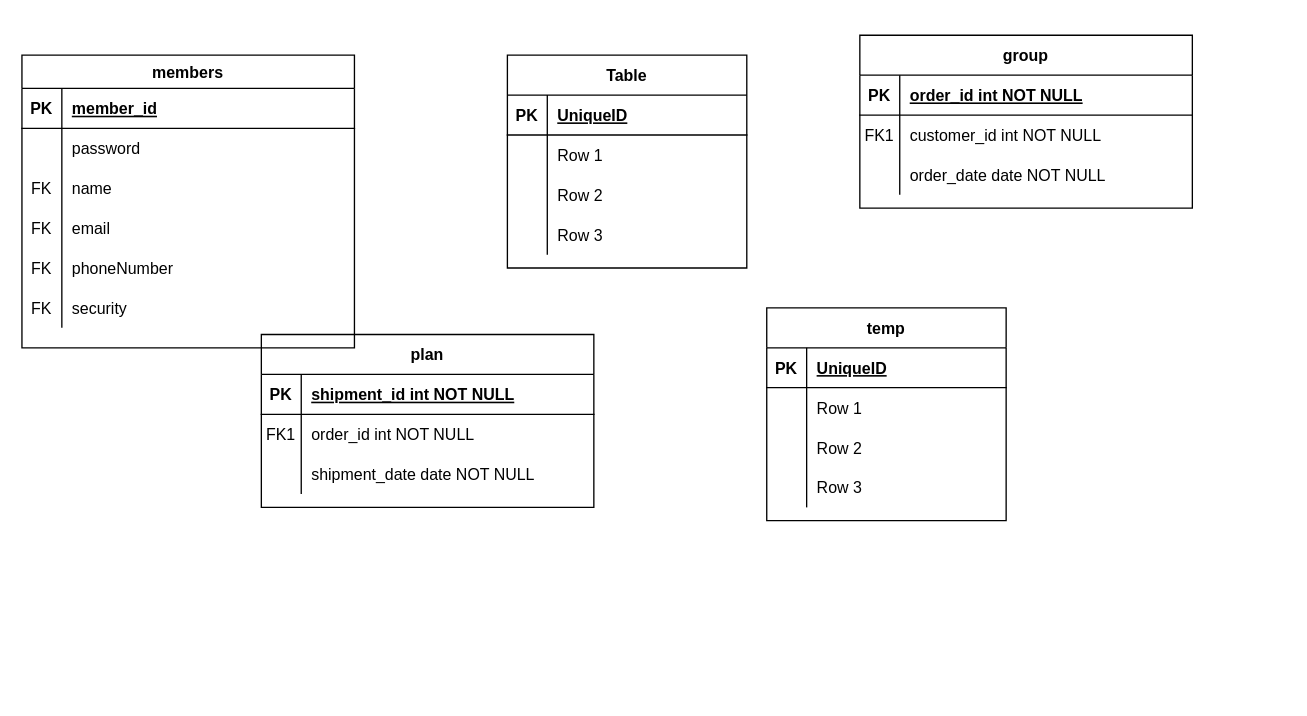
The draw.io diagram Untitled Diagram.drawio in e-juhee/makeaplanWeb, before the edit. Source tidied: cells renumbered, new cells numbered last; positions are measured from the earlier drawing's top-left corner, leaving out a move shared by most shapes. Both pictures are drawn from the tidied source at 133%, with x=0, y=0 at pixel (21, 35).
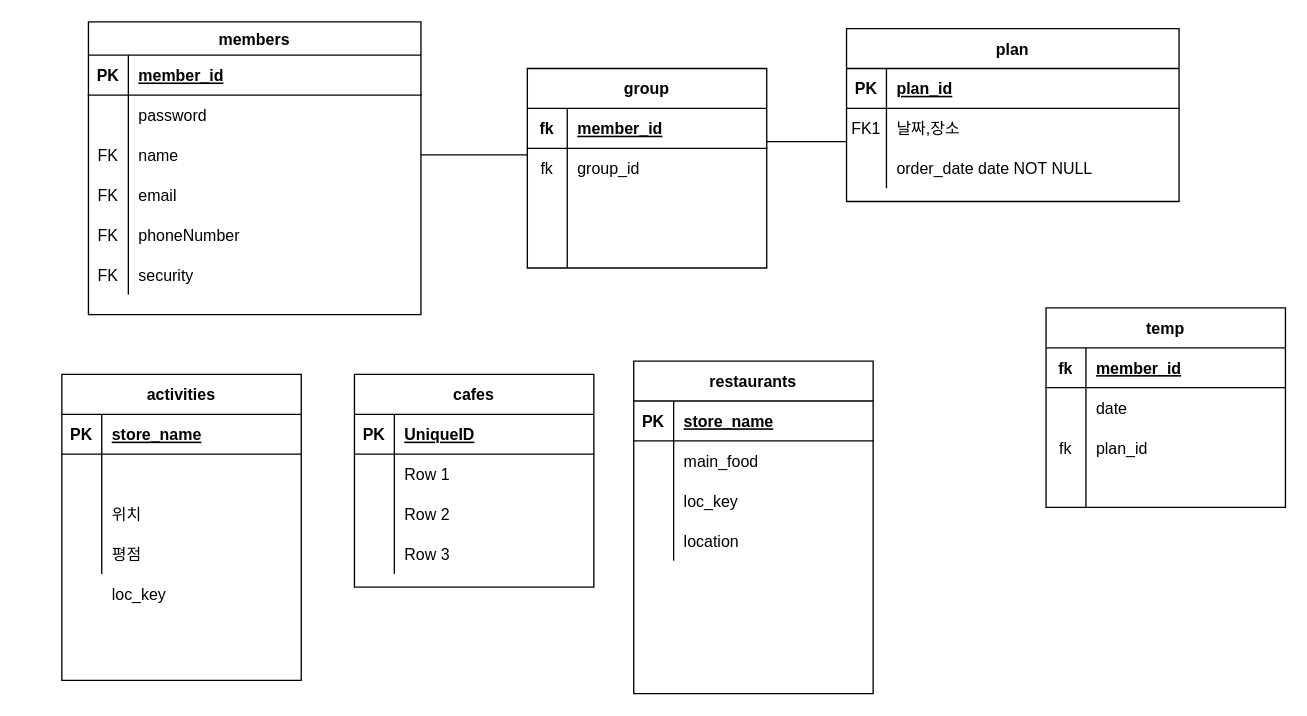
Above is the later version.

Unchanged cells that the change refers to:
```xml
<mxCell id="3" style="shape=partialRectangle;fillColor=none;top=0;left=0;right=0;bottom=1;" parent="2" vertex="1">
  <mxGeometry y="30" width="250" height="30" as="geometry" />
</mxCell>
<mxCell id="6" style="shape=partialRectangle;fillColor=none;top=0;left=0;right=0;bottom=0;" parent="2" vertex="1">
  <mxGeometry y="60" width="250" height="30" as="geometry" />
</mxCell>
<mxCell id="42" style="shape=partialRectangle;fillColor=none;top=0;left=0;bottom=1;right=0;" parent="41" vertex="1">
  <mxGeometry y="30" width="180" height="30" as="geometry" />
</mxCell>
<mxCell id="45" style="shape=partialRectangle;fillColor=none;top=0;left=0;bottom=0;right=0;" parent="41" vertex="1">
  <mxGeometry y="60" width="180" height="30" as="geometry" />
</mxCell>
<mxCell id="48" style="shape=partialRectangle;fillColor=none;top=0;left=0;bottom=0;right=0;" parent="41" vertex="1">
  <mxGeometry y="90" width="180" height="30" as="geometry" />
</mxCell>
<mxCell id="51" style="shape=partialRectangle;fillColor=none;top=0;left=0;bottom=0;right=0;" parent="41" vertex="1">
  <mxGeometry y="120" width="180" height="30" as="geometry" />
</mxCell>
<mxCell id="55" style="shape=partialRectangle;fillColor=none;top=0;left=0;bottom=1;right=0;" parent="54" vertex="1">
  <mxGeometry y="30" width="180" height="30" as="geometry" />
</mxCell>
<mxCell id="58" style="shape=partialRectangle;fillColor=none;top=0;left=0;bottom=0;right=0;" parent="54" vertex="1">
  <mxGeometry y="60" width="180" height="30" as="geometry" />
</mxCell>
<mxCell id="61" style="shape=partialRectangle;fillColor=none;top=0;left=0;bottom=0;right=0;" parent="54" vertex="1">
  <mxGeometry y="90" width="180" height="30" as="geometry" />
</mxCell>
<mxCell id="64" style="shape=partialRectangle;fillColor=none;top=0;left=0;bottom=0;right=0;" parent="54" vertex="1">
  <mxGeometry y="120" width="180" height="30" as="geometry" />
</mxCell>
```

What changed in the source:
```diff
@@
-    <mxCell id="2" value="group" style="shape=table;startSize=30;childLayout=tableLayout;rowLines=0;fontStyle=1;align=center;" parent="1" vertex="1">
-      <mxGeometry x="630" width="250" height="130" as="geometry" />
+    <mxCell id="2" value="plan" style="shape=table;startSize=30;childLayout=tableLayout;rowLines=0;fontStyle=1;align=center;" parent="1" vertex="1">
+      <mxGeometry x="620" y="-5" width="250" height="130" as="geometry" />
     </mxCell>
@@
-    <mxCell id="5" value="order_id int NOT NULL " style="shape=partialRectangle;overflow=hidden;fillColor=none;top=0;left=0;bottom=0;right=0;align=left;spacingLeft=6;fontStyle=5;" parent="3" vertex="1">
+    <mxCell id="5" value="plan_id" style="shape=partialRectangle;overflow=hidden;fillColor=none;top=0;left=0;bottom=0;right=0;align=left;spacingLeft=6;fontStyle=5;" parent="3" vertex="1">
       <mxGeometry x="30" width="220" height="30" as="geometry" />
     </mxCell>
@@
-    <mxCell id="8" value="customer_id int NOT NULL" style="shape=partialRectangle;overflow=hidden;fillColor=none;top=0;left=0;bottom=0;right=0;align=left;spacingLeft=6;" parent="6" vertex="1">
+    <mxCell id="8" value="날짜,장소" style="shape=partialRectangle;overflow=hidden;fillColor=none;top=0;left=0;bottom=0;right=0;align=left;spacingLeft=6;" parent="6" vertex="1">
       <mxGeometry x="30" width="220" height="30" as="geometry" />
     </mxCell>
@@
-    <mxCell id="12" value="plan" style="shape=table;startSize=30;childLayout=tableLayout;rowLines=0;fontStyle=1;align=center;" parent="1" vertex="1">
-      <mxGeometry x="180" y="225" width="250" height="130" as="geometry" />
-    </mxCell>
-    <mxCell id="13" style="shape=partialRectangle;fillColor=none;top=0;left=0;right=0;bottom=1;" parent="12" vertex="1">
-      <mxGeometry y="30" width="250" height="30" as="geometry" />
-    </mxCell>
-    <mxCell id="14" value="PK" style="shape=partialRectangle;overflow=hidden;fillColor=none;top=0;left=0;bottom=0;right=0;fontStyle=1;" parent="13" vertex="1">
-      <mxGeometry width="30" height="30" as="geometry" />
-    </mxCell>
-    <mxCell id="15" value="shipment_id int NOT NULL " style="shape=partialRectangle;overflow=hidden;fillColor=none;top=0;left=0;bottom=0;right=0;align=left;spacingLeft=6;fontStyle=5;" parent="13" vertex="1">
-      <mxGeometry x="30" width="220" height="30" as="geometry" />
-    </mxCell>
-    <mxCell id="16" style="shape=partialRectangle;fillColor=none;top=0;left=0;right=0;bottom=0;" parent="12" vertex="1">
-      <mxGeometry y="60" width="250" height="30" as="geometry" />
-    </mxCell>
-    <mxCell id="17" value="FK1" style="shape=partialRectangle;overflow=hidden;fillColor=none;top=0;left=0;bottom=0;right=0;" parent="16" vertex="1">
-      <mxGeometry width="30" height="30" as="geometry" />
-    </mxCell>
-    <mxCell id="18" value="order_id int NOT NULL" style="shape=partialRectangle;overflow=hidden;fillColor=none;top=0;left=0;bottom=0;right=0;align=left;spacingLeft=6;" parent="16" vertex="1">
-      <mxGeometry x="30" width="220" height="30" as="geometry" />
-    </mxCell>
-    <mxCell id="19" style="shape=partialRectangle;fillColor=none;top=0;left=0;right=0;bottom=0;" parent="12" vertex="1">
-      <mxGeometry y="90" width="250" height="30" as="geometry" />
-    </mxCell>
-    <mxCell id="20" style="shape=partialRectangle;overflow=hidden;fillColor=none;top=0;left=0;bottom=0;right=0;" parent="19" vertex="1">
-      <mxGeometry width="30" height="30" as="geometry" />
-    </mxCell>
-    <mxCell id="21" value="shipment_date date NOT NULL" style="shape=partialRectangle;overflow=hidden;fillColor=none;top=0;left=0;bottom=0;right=0;align=left;spacingLeft=6;" parent="19" vertex="1">
-      <mxGeometry x="30" width="220" height="30" as="geometry" />
-    </mxCell>
     <mxCell id="22" value="members" style="shape=table;startSize=25;childLayout=tableLayout;rowLines=0;fontStyle=1;align=center;" parent="1" vertex="1">
-      <mxGeometry y="15" width="250" height="220" as="geometry" />
+      <mxGeometry x="50" y="-10" width="250" height="220" as="geometry" />
     </mxCell>
@@
     <mxCell id="41" value="temp" style="shape=table;startSize=30;childLayout=tableLayout;rowLines=0;fontStyle=1;align=center;" parent="1" vertex="1">
-      <mxGeometry x="560" y="205" width="180" height="160" as="geometry" />
+      <mxGeometry x="770" y="205" width="180" height="150" as="geometry" />
     </mxCell>
@@
-    <mxCell id="43" value="PK" style="shape=partialRectangle;fillColor=none;top=0;left=0;bottom=0;right=0;fontStyle=1;overflow=hidden;" parent="42" vertex="1">
+    <mxCell id="43" value="fk" style="shape=partialRectangle;fillColor=none;top=0;left=0;bottom=0;right=0;fontStyle=1;overflow=hidden;" parent="42" vertex="1">
       <mxGeometry width="30" height="30" as="geometry" />
     </mxCell>
-    <mxCell id="44" value="UniqueID" style="shape=partialRectangle;fillColor=none;top=0;left=0;bottom=0;right=0;align=left;spacingLeft=6;fontStyle=5;overflow=hidden;" parent="42" vertex="1">
+    <mxCell id="44" value="member_id" style="shape=partialRectangle;fillColor=none;top=0;left=0;bottom=0;right=0;align=left;spacingLeft=6;fontStyle=5;overflow=hidden;" parent="42" vertex="1">
       <mxGeometry x="30" width="150" height="30" as="geometry" />
     </mxCell>
@@
-    <mxCell id="47" value="Row 1" style="shape=partialRectangle;fillColor=none;top=0;left=0;bottom=0;right=0;align=left;spacingLeft=6;overflow=hidden;" parent="45" vertex="1">
+    <mxCell id="47" value="date" style="shape=partialRectangle;fillColor=none;top=0;left=0;bottom=0;right=0;align=left;spacingLeft=6;overflow=hidden;" parent="45" vertex="1">
       <mxGeometry x="30" width="150" height="30" as="geometry" />
     </mxCell>
@@
-    <mxCell id="49" style="shape=partialRectangle;fillColor=none;top=0;left=0;bottom=0;right=0;overflow=hidden;" parent="48" vertex="1">
+    <mxCell id="49" value="fk" style="shape=partialRectangle;fillColor=none;top=0;left=0;bottom=0;right=0;overflow=hidden;" parent="48" vertex="1">
       <mxGeometry width="30" height="30" as="geometry" />
     </mxCell>
-    <mxCell id="50" value="Row 2" style="shape=partialRectangle;fillColor=none;top=0;left=0;bottom=0;right=0;align=left;spacingLeft=6;overflow=hidden;" parent="48" vertex="1">
+    <mxCell id="50" value="plan_id" style="shape=partialRectangle;fillColor=none;top=0;left=0;bottom=0;right=0;align=left;spacingLeft=6;overflow=hidden;" parent="48" vertex="1">
       <mxGeometry x="30" width="150" height="30" as="geometry" />
     </mxCell>
@@
-    <mxCell id="53" value="Row 3" style="shape=partialRectangle;fillColor=none;top=0;left=0;bottom=0;right=0;align=left;spacingLeft=6;overflow=hidden;" parent="51" vertex="1">
+    <mxCell id="53" style="shape=partialRectangle;fillColor=none;top=0;left=0;bottom=0;right=0;align=left;spacingLeft=6;overflow=hidden;" parent="51" vertex="1">
       <mxGeometry x="30" width="150" height="30" as="geometry" />
     </mxCell>
-    <mxCell id="54" value="Table" style="shape=table;startSize=30;childLayout=tableLayout;rowLines=0;fontStyle=1;align=center;" parent="1" vertex="1">
-      <mxGeometry x="365" y="15" width="180" height="160" as="geometry" />
+    <mxCell id="54" value="group" style="shape=table;startSize=30;childLayout=tableLayout;rowLines=0;fontStyle=1;align=center;" parent="1" vertex="1">
+      <mxGeometry x="380" y="25" width="180" height="150" as="geometry" />
     </mxCell>
@@
-    <mxCell id="56" value="PK" style="shape=partialRectangle;fillColor=none;top=0;left=0;bottom=0;right=0;fontStyle=1;overflow=hidden;" parent="55" vertex="1">
+    <mxCell id="56" value="fk" style="shape=partialRectangle;fillColor=none;top=0;left=0;bottom=0;right=0;fontStyle=1;overflow=hidden;" parent="55" vertex="1">
       <mxGeometry width="30" height="30" as="geometry" />
     </mxCell>
-    <mxCell id="57" value="UniqueID" style="shape=partialRectangle;fillColor=none;top=0;left=0;bottom=0;right=0;align=left;spacingLeft=6;fontStyle=5;overflow=hidden;" parent="55" vertex="1">
+    <mxCell id="57" value="member_id" style="shape=partialRectangle;fillColor=none;top=0;left=0;bottom=0;right=0;align=left;spacingLeft=6;fontStyle=5;overflow=hidden;" parent="55" vertex="1">
       <mxGeometry x="30" width="150" height="30" as="geometry" />
     </mxCell>
@@
-    <mxCell id="59" style="shape=partialRectangle;fillColor=none;top=0;left=0;bottom=0;right=0;overflow=hidden;" parent="58" vertex="1">
+    <mxCell id="59" value="fk" style="shape=partialRectangle;fillColor=none;top=0;left=0;bottom=0;right=0;overflow=hidden;" parent="58" vertex="1">
       <mxGeometry width="30" height="30" as="geometry" />
     </mxCell>
-    <mxCell id="60" value="Row 1" style="shape=partialRectangle;fillColor=none;top=0;left=0;bottom=0;right=0;align=left;spacingLeft=6;overflow=hidden;" parent="58" vertex="1">
+    <mxCell id="60" value="group_id" style="shape=partialRectangle;fillColor=none;top=0;left=0;bottom=0;right=0;align=left;spacingLeft=6;overflow=hidden;" parent="58" vertex="1">
       <mxGeometry x="30" width="150" height="30" as="geometry" />
     </mxCell>
@@
-    <mxCell id="63" value="Row 2" style="shape=partialRectangle;fillColor=none;top=0;left=0;bottom=0;right=0;align=left;spacingLeft=6;overflow=hidden;" parent="61" vertex="1">
+    <mxCell id="63" style="shape=partialRectangle;fillColor=none;top=0;left=0;bottom=0;right=0;align=left;spacingLeft=6;overflow=hidden;" parent="61" vertex="1">
       <mxGeometry x="30" width="150" height="30" as="geometry" />
     </mxCell>
@@
-    <mxCell id="66" value="Row 3" style="shape=partialRectangle;fillColor=none;top=0;left=0;bottom=0;right=0;align=left;spacingLeft=6;overflow=hidden;" parent="64" vertex="1">
+    <mxCell id="66" style="shape=partialRectangle;fillColor=none;top=0;left=0;bottom=0;right=0;align=left;spacingLeft=6;overflow=hidden;" parent="64" vertex="1">
       <mxGeometry x="30" width="150" height="30" as="geometry" />
     </mxCell>
+    <mxCell id="67" style="line;strokeWidth=1;dashed=0;labelPosition=right;align=left;verticalAlign=middle;spacingTop=0;spacingLeft=6;" parent="1" vertex="1">
+      <mxGeometry x="300" y="85" width="80" height="10" as="geometry" />
+    </mxCell>
+    <mxCell id="68" style="line;strokeWidth=1;dashed=0;labelPosition=right;align=left;verticalAlign=middle;spacingTop=0;spacingLeft=6;" parent="1" vertex="1">
+      <mxGeometry x="560" y="75" width="60" height="10" as="geometry" />
+    </mxCell>
+    <mxCell id="69" value="activities" style="shape=table;startSize=30;childLayout=tableLayout;rowLines=0;fontStyle=1;align=center;" parent="1" vertex="1">
+      <mxGeometry x="30" y="255" width="180" height="230" as="geometry" />
+    </mxCell>
+    <mxCell id="70" style="shape=partialRectangle;fillColor=none;top=0;left=0;bottom=1;right=0;" parent="69" vertex="1">
+      <mxGeometry y="30" width="180" height="30" as="geometry" />
+    </mxCell>
+    <mxCell id="71" value="PK" style="shape=partialRectangle;fillColor=none;top=0;left=0;bottom=0;right=0;fontStyle=1;overflow=hidden;" parent="70" vertex="1">
+      <mxGeometry width="30" height="30" as="geometry" />
+    </mxCell>
+    <mxCell id="72" value="store_name" style="shape=partialRectangle;fillColor=none;top=0;left=0;bottom=0;right=0;align=left;spacingLeft=6;fontStyle=5;overflow=hidden;" parent="70" vertex="1">
+      <mxGeometry x="30" width="150" height="30" as="geometry" />
+    </mxCell>
+    <mxCell id="73" style="shape=partialRectangle;fillColor=none;top=0;left=0;bottom=0;right=0;" parent="69" vertex="1">
+      <mxGeometry y="60" width="180" height="30" as="geometry" />
+    </mxCell>
+    <mxCell id="74" style="shape=partialRectangle;fillColor=none;top=0;left=0;bottom=0;right=0;overflow=hidden;" parent="73" vertex="1">
+      <mxGeometry width="30" height="30" as="geometry" />
+    </mxCell>
+    <mxCell id="75" style="shape=partialRectangle;fillColor=none;top=0;left=0;bottom=0;right=0;align=left;spacingLeft=6;overflow=hidden;" parent="73" vertex="1">
+      <mxGeometry x="30" width="150" height="30" as="geometry" />
+    </mxCell>
+    <mxCell id="76" style="shape=partialRectangle;fillColor=none;top=0;left=0;bottom=0;right=0;" parent="69" vertex="1">
+      <mxGeometry y="90" width="180" height="30" as="geometry" />
+    </mxCell>
+    <mxCell id="77" style="shape=partialRectangle;fillColor=none;top=0;left=0;bottom=0;right=0;overflow=hidden;" parent="76" vertex="1">
+      <mxGeometry width="30" height="30" as="geometry" />
+    </mxCell>
+    <mxCell id="78" value="위치" style="shape=partialRectangle;fillColor=none;top=0;left=0;bottom=0;right=0;align=left;spacingLeft=6;overflow=hidden;" parent="76" vertex="1">
+      <mxGeometry x="30" width="150" height="30" as="geometry" />
+    </mxCell>
+    <mxCell id="79" style="shape=partialRectangle;fillColor=none;top=0;left=0;bottom=0;right=0;" parent="69" vertex="1">
+      <mxGeometry y="120" width="180" height="30" as="geometry" />
+    </mxCell>
+    <mxCell id="80" style="shape=partialRectangle;fillColor=none;top=0;left=0;bottom=0;right=0;overflow=hidden;" parent="79" vertex="1">
+      <mxGeometry width="30" height="30" as="geometry" />
+    </mxCell>
+    <mxCell id="81" value="평점" style="shape=partialRectangle;fillColor=none;top=0;left=0;bottom=0;right=0;align=left;spacingLeft=6;overflow=hidden;" parent="79" vertex="1">
+      <mxGeometry x="30" width="150" height="30" as="geometry" />
+    </mxCell>
+    <mxCell id="82" value="cafes" style="shape=table;startSize=30;childLayout=tableLayout;rowLines=0;fontStyle=1;align=center;" parent="1" vertex="1">
+      <mxGeometry x="250" y="255" width="180" height="160" as="geometry" />
+    </mxCell>
+    <mxCell id="83" style="shape=partialRectangle;fillColor=none;top=0;left=0;bottom=1;right=0;" parent="82" vertex="1">
+      <mxGeometry y="30" width="180" height="30" as="geometry" />
+    </mxCell>
+    <mxCell id="84" value="PK" style="shape=partialRectangle;fillColor=none;top=0;left=0;bottom=0;right=0;fontStyle=1;overflow=hidden;" parent="83" vertex="1">
+      <mxGeometry width="30" height="30" as="geometry" />
+    </mxCell>
+    <mxCell id="85" value="UniqueID" style="shape=partialRectangle;fillColor=none;top=0;left=0;bottom=0;right=0;align=left;spacingLeft=6;fontStyle=5;overflow=hidden;" parent="83" vertex="1">
+      <mxGeometry x="30" width="150" height="30" as="geometry" />
+    </mxCell>
+    <mxCell id="86" style="shape=partialRectangle;fillColor=none;top=0;left=0;bottom=0;right=0;" parent="82" vertex="1">
+      <mxGeometry y="60" width="180" height="30" as="geometry" />
+    </mxCell>
+    <mxCell id="87" style="shape=partialRectangle;fillColor=none;top=0;left=0;bottom=0;right=0;overflow=hidden;" parent="86" vertex="1">
+      <mxGeometry width="30" height="30" as="geometry" />
+    </mxCell>
+    <mxCell id="88" value="Row 1" style="shape=partialRectangle;fillColor=none;top=0;left=0;bottom=0;right=0;align=left;spacingLeft=6;overflow=hidden;" parent="86" vertex="1">
+      <mxGeometry x="30" width="150" height="30" as="geometry" />
+    </mxCell>
+    <mxCell id="89" style="shape=partialRectangle;fillColor=none;top=0;left=0;bottom=0;right=0;" parent="82" vertex="1">
+      <mxGeometry y="90" width="180" height="30" as="geometry" />
+    </mxCell>
+    <mxCell id="90" style="shape=partialRectangle;fillColor=none;top=0;left=0;bottom=0;right=0;overflow=hidden;" parent="89" vertex="1">
+      <mxGeometry width="30" height="30" as="geometry" />
+    </mxCell>
+    <mxCell id="91" value="Row 2" style="shape=partialRectangle;fillColor=none;top=0;left=0;bottom=0;right=0;align=left;spacingLeft=6;overflow=hidden;" parent="89" vertex="1">
+      <mxGeometry x="30" width="150" height="30" as="geometry" />
+    </mxCell>
+    <mxCell id="92" style="shape=partialRectangle;fillColor=none;top=0;left=0;bottom=0;right=0;" parent="82" vertex="1">
+      <mxGeometry y="120" width="180" height="30" as="geometry" />
+    </mxCell>
+    <mxCell id="93" style="shape=partialRectangle;fillColor=none;top=0;left=0;bottom=0;right=0;overflow=hidden;" parent="92" vertex="1">
+      <mxGeometry width="30" height="30" as="geometry" />
+    </mxCell>
+    <mxCell id="94" value="Row 3" style="shape=partialRectangle;fillColor=none;top=0;left=0;bottom=0;right=0;align=left;spacingLeft=6;overflow=hidden;" parent="92" vertex="1">
+      <mxGeometry x="30" width="150" height="30" as="geometry" />
+    </mxCell>
+    <mxCell id="95" value="restaurants" style="shape=table;startSize=30;childLayout=tableLayout;rowLines=0;fontStyle=1;align=center;" parent="1" vertex="1">
+      <mxGeometry x="460" y="245" width="180" height="250" as="geometry" />
+    </mxCell>
+    <mxCell id="96" style="shape=partialRectangle;fillColor=none;top=0;left=0;bottom=1;right=0;" parent="95" vertex="1">
+      <mxGeometry y="30" width="180" height="30" as="geometry" />
+    </mxCell>
+    <mxCell id="97" value="PK" style="shape=partialRectangle;fillColor=none;top=0;left=0;bottom=0;right=0;fontStyle=1;overflow=hidden;" parent="96" vertex="1">
+      <mxGeometry width="30" height="30" as="geometry" />
+    </mxCell>
+    <mxCell id="98" value="store_name" style="shape=partialRectangle;fillColor=none;top=0;left=0;bottom=0;right=0;align=left;spacingLeft=6;fontStyle=5;overflow=hidden;" parent="96" vertex="1">
+      <mxGeometry x="30" width="150" height="30" as="geometry" />
+    </mxCell>
+    <mxCell id="99" style="shape=partialRectangle;fillColor=none;top=0;left=0;bottom=0;right=0;" parent="95" vertex="1">
+      <mxGeometry y="60" width="180" height="30" as="geometry" />
+    </mxCell>
+    <mxCell id="100" style="shape=partialRectangle;fillColor=none;top=0;left=0;bottom=0;right=0;overflow=hidden;" parent="99" vertex="1">
+      <mxGeometry width="30" height="30" as="geometry" />
+    </mxCell>
+    <mxCell id="101" value="main_food" style="shape=partialRectangle;fillColor=none;top=0;left=0;bottom=0;right=0;align=left;spacingLeft=6;overflow=hidden;" parent="99" vertex="1">
+      <mxGeometry x="30" width="150" height="30" as="geometry" />
+    </mxCell>
+    <mxCell id="102" style="shape=partialRectangle;fillColor=none;top=0;left=0;bottom=0;right=0;" parent="95" vertex="1">
+      <mxGeometry y="90" width="180" height="30" as="geometry" />
+    </mxCell>
+    <mxCell id="103" style="shape=partialRectangle;fillColor=none;top=0;left=0;bottom=0;right=0;overflow=hidden;" parent="102" vertex="1">
+      <mxGeometry width="30" height="30" as="geometry" />
+    </mxCell>
+    <mxCell id="104" value="loc_key" style="shape=partialRectangle;fillColor=none;top=0;left=0;bottom=0;right=0;align=left;spacingLeft=6;overflow=hidden;" parent="102" vertex="1">
+      <mxGeometry x="30" width="150" height="30" as="geometry" />
+    </mxCell>
+    <mxCell id="105" style="shape=partialRectangle;fillColor=none;top=0;left=0;bottom=0;right=0;" parent="95" vertex="1">
+      <mxGeometry y="120" width="180" height="30" as="geometry" />
+    </mxCell>
+    <mxCell id="106" style="shape=partialRectangle;fillColor=none;top=0;left=0;bottom=0;right=0;overflow=hidden;" parent="105" vertex="1">
+      <mxGeometry width="30" height="30" as="geometry" />
+    </mxCell>
+    <mxCell id="107" value="location" style="shape=partialRectangle;fillColor=none;top=0;left=0;bottom=0;right=0;align=left;spacingLeft=6;overflow=hidden;" parent="105" vertex="1">
+      <mxGeometry x="30" width="150" height="30" as="geometry" />
+    </mxCell>
+    <mxCell id="108" value="loc_key" style="shape=partialRectangle;fillColor=none;top=0;left=0;bottom=0;right=0;align=left;spacingLeft=6;overflow=hidden;" parent="1" vertex="1">
+      <mxGeometry x="60" y="405" width="150" height="30" as="geometry" />
+    </mxCell>
```
